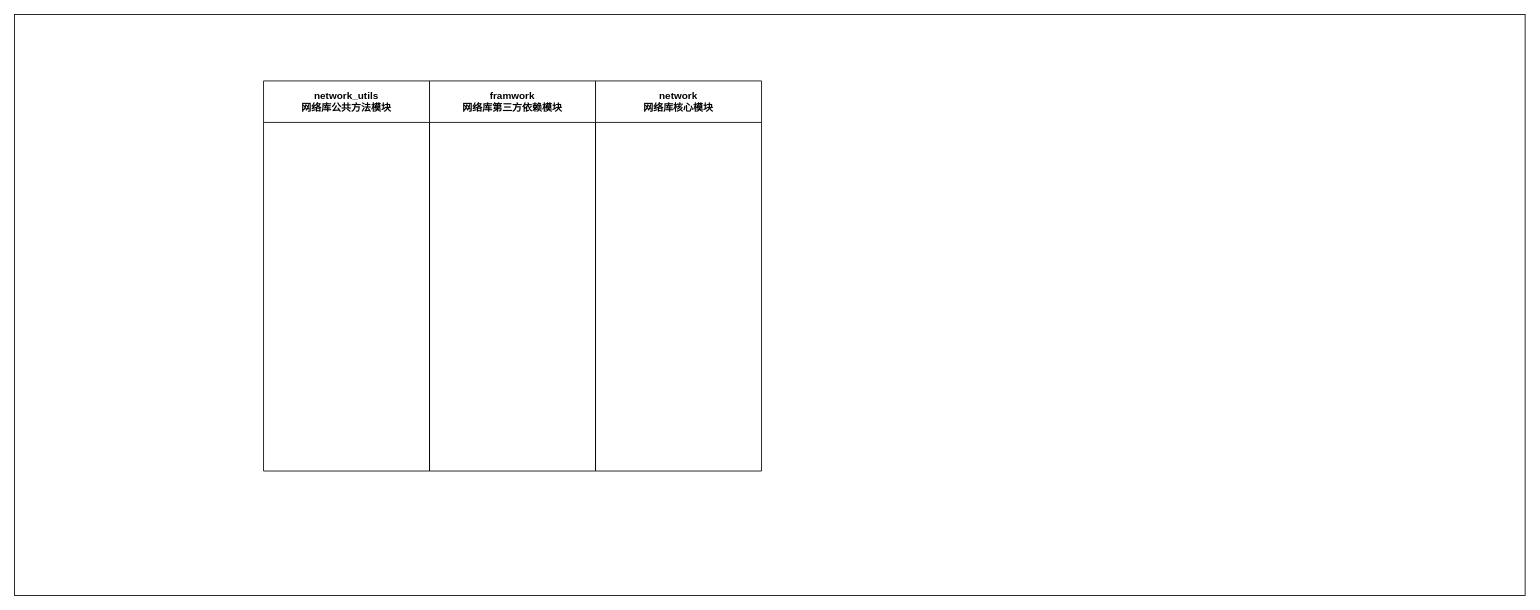
Above: net流程图.drawio in ireneAi/ireneAi.github.io (draw.io), before the change. Source tidied: cells renumbered, new cells numbered last; positions are measured from the earlier drawing's top-left corner, leaving out a move shared by most shapes. Both pictures are drawn from the tidied source at 83%, with x=0, y=0 at pixel (14, 14).
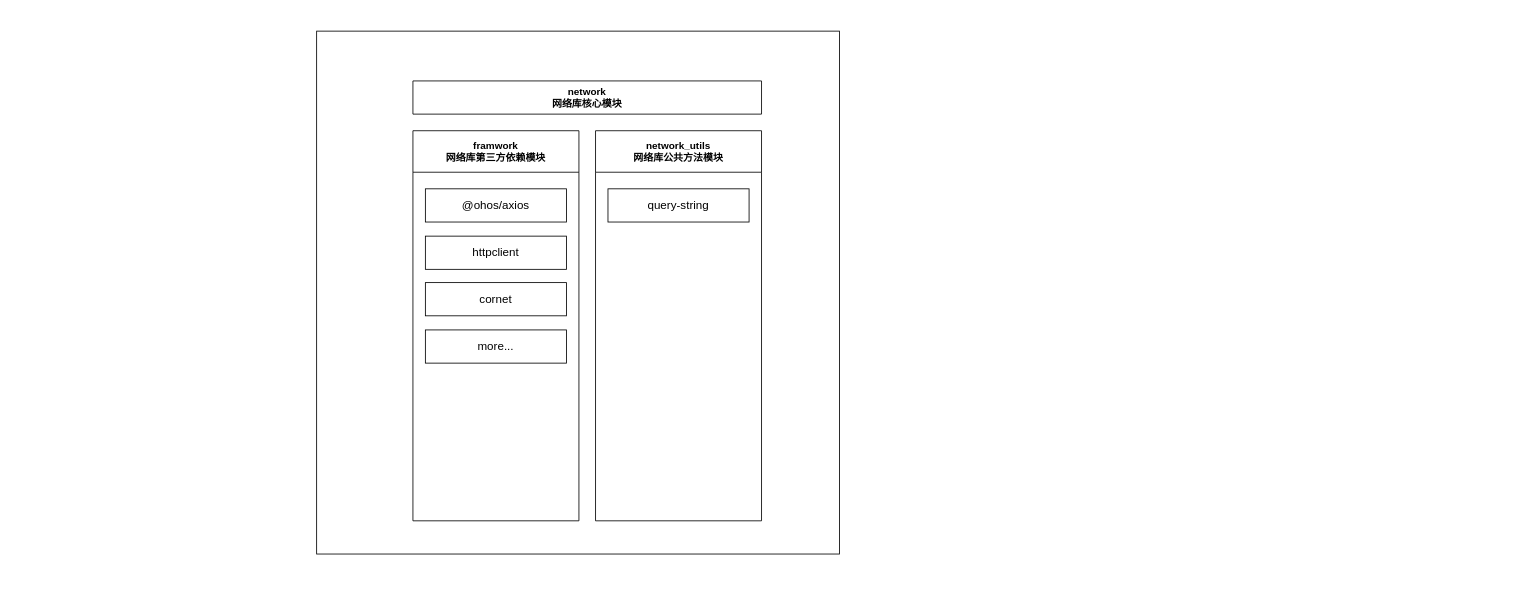
Above is the later version.

Commit message:
更新net流程图.drawio

The edit, as a diff of the source:
```diff
@@
 <mxGraphModel>
   <root>
     <mxCell id="0" />
     <mxCell id="1" parent="0" />
-    <mxCell id="2" style="rounded=0;whiteSpace=wrap;html=1;" parent="1" vertex="1">
-      <mxGeometry width="1820" height="700" as="geometry" />
-    </mxCell>
+    <mxCell id="6" style="whiteSpace=wrap;html=1;" parent="1" vertex="1">
+      <mxGeometry x="364" y="20" width="630" height="630" as="geometry" />
+    </mxCell>
-    <mxCell id="3" value="network&lt;br&gt;网络库核心模块" style="swimlane;whiteSpace=wrap;html=1;startSize=50;" parent="1" vertex="1">
-      <mxGeometry x="700" y="80" width="200" height="470" as="geometry" />
+    <mxCell id="3" value="network&lt;br&gt;网络库核心模块" style="swimlane;whiteSpace=wrap;html=1;startSize=50;" parent="1" vertex="1" collapsed="1">
+      <mxGeometry x="480" y="80" width="420" height="40" as="geometry" />
     </mxCell>
     <mxCell id="4" value="network_utils&lt;br&gt;网络库公共方法模块" style="swimlane;whiteSpace=wrap;html=1;startSize=50;" parent="1" vertex="1">
-      <mxGeometry x="300" y="80" width="200" height="470" as="geometry" />
+      <mxGeometry x="700" y="140" width="200" height="470" as="geometry" />
     </mxCell>
     <mxCell id="5" value="framwork&lt;br&gt;网络库第三方依赖模块" style="swimlane;whiteSpace=wrap;html=1;startSize=50;" parent="1" vertex="1">
-      <mxGeometry x="500" y="80" width="200" height="470" as="geometry" />
+      <mxGeometry x="480" y="140" width="200" height="470" as="geometry" />
     </mxCell>
+    <mxCell id="7" value="@ohos/axios" style="rounded=0;whiteSpace=wrap;html=1;fontSize=14;" parent="5" vertex="1">
+      <mxGeometry x="15" y="70" width="170" height="40" as="geometry" />
+    </mxCell>
+    <mxCell id="8" value="httpclient" style="rounded=0;whiteSpace=wrap;html=1;fontSize=14;" parent="1" vertex="1">
+      <mxGeometry x="495" y="267" width="170" height="40" as="geometry" />
+    </mxCell>
+    <mxCell id="9" value="cornet" style="rounded=0;whiteSpace=wrap;html=1;fontSize=14;" parent="1" vertex="1">
+      <mxGeometry x="495" y="323" width="170" height="40" as="geometry" />
+    </mxCell>
+    <mxCell id="10" value="more..." style="rounded=0;whiteSpace=wrap;html=1;fontSize=14;" parent="1" vertex="1">
+      <mxGeometry x="495" y="380" width="170" height="40" as="geometry" />
+    </mxCell>
+    <mxCell id="11" value="query-string" style="rounded=0;whiteSpace=wrap;html=1;fontSize=14;" parent="1" vertex="1">
+      <mxGeometry x="715" y="210" width="170" height="40" as="geometry" />
+    </mxCell>
   </root>
 </mxGraphModel>
```
